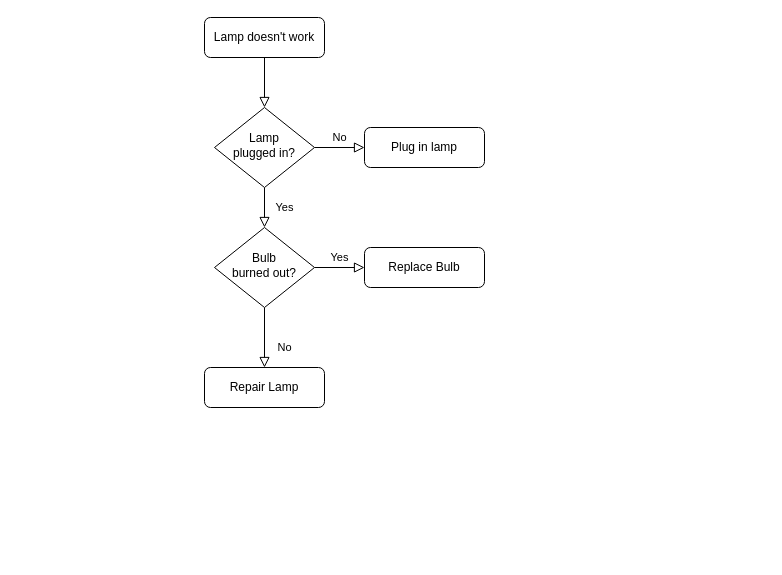
This is TestInformationEditWorkflow.drawio from AmolSJawalkar/DrawIO, a draw.io file, before an edit. Source tidied: cells renumbered, new cells numbered last; positions are measured from the earlier drawing's top-left corner, leaving out a move shared by most shapes. Both pictures are drawn from the tidied source at 100%, with x=0, y=0 at pixel (204, 17).
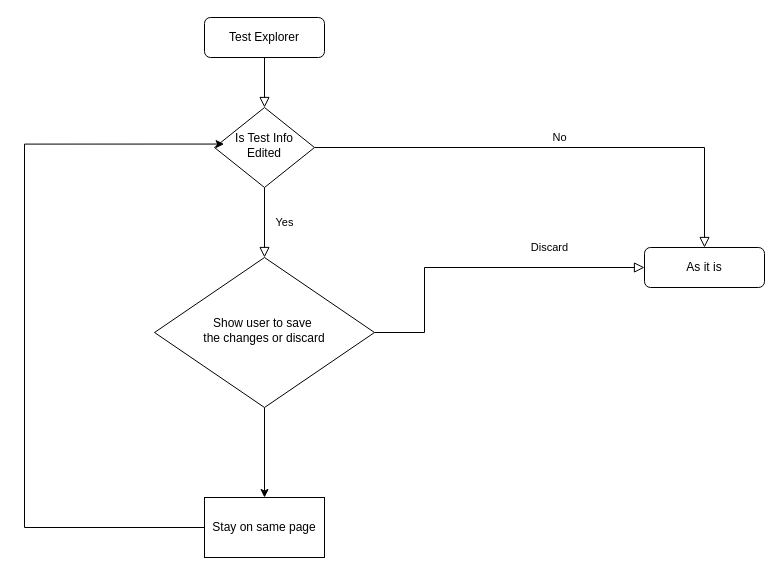
After the change.

The edit, as a diff of the source:
```diff
@@
 <mxGraphModel>
   <root>
     <mxCell id="0" />
     <mxCell id="1" parent="0" />
     <mxCell id="2" style="rounded=0;html=1;jettySize=auto;fontSize=11;endArrow=block;endFill=0;endSize=8;strokeWidth=1;shadow=0;labelBackgroundColor=none;edgeStyle=orthogonalEdgeStyle;" parent="1" edge="1" source="3" target="6">
       <mxGeometry relative="1" as="geometry" />
     </mxCell>
-    <mxCell id="3" value="Lamp doesn't work" style="rounded=1;whiteSpace=wrap;html=1;fontSize=12;glass=0;strokeWidth=1;shadow=0;" parent="1" vertex="1">
+    <mxCell id="3" value="Test Explorer" style="rounded=1;whiteSpace=wrap;html=1;fontSize=12;glass=0;strokeWidth=1;shadow=0;" parent="1" vertex="1">
       <mxGeometry width="120" height="40" as="geometry" />
     </mxCell>
     <mxCell id="4" value="Yes" style="rounded=0;html=1;jettySize=auto;fontSize=11;endArrow=block;endFill=0;endSize=8;strokeWidth=1;shadow=0;labelBackgroundColor=none;edgeStyle=orthogonalEdgeStyle;" parent="1" edge="1" source="6" target="10">
       <mxGeometry y="20" relative="1" as="geometry" />
     </mxCell>
     <mxCell id="5" value="No" style="edgeStyle=orthogonalEdgeStyle;rounded=0;html=1;jettySize=auto;fontSize=11;endArrow=block;endFill=0;endSize=8;strokeWidth=1;shadow=0;labelBackgroundColor=none;" parent="1" edge="1" source="6" target="7">
       <mxGeometry y="10" relative="1" as="geometry" />
     </mxCell>
-    <mxCell id="6" value="Lamp&lt;br&gt;plugged in?" style="rhombus;whiteSpace=wrap;html=1;shadow=0;fontFamily=Helvetica;fontSize=12;align=center;strokeWidth=1;spacing=6;spacingTop=-4;" parent="1" vertex="1">
+    <mxCell id="6" value="Is Test Info Edited" style="rhombus;whiteSpace=wrap;html=1;shadow=0;fontFamily=Helvetica;fontSize=12;align=center;strokeWidth=1;spacing=6;spacingTop=-4;" parent="1" vertex="1">
       <mxGeometry x="10" y="90" width="100" height="80" as="geometry" />
     </mxCell>
-    <mxCell id="7" value="Plug in lamp" style="rounded=1;whiteSpace=wrap;html=1;fontSize=12;glass=0;strokeWidth=1;shadow=0;" parent="1" vertex="1">
-      <mxGeometry x="160" y="110" width="120" height="40" as="geometry" />
+    <mxCell id="7" value="As it is" style="rounded=1;whiteSpace=wrap;html=1;fontSize=12;glass=0;strokeWidth=1;shadow=0;" parent="1" vertex="1">
+      <mxGeometry x="440" y="230" width="120" height="40" as="geometry" />
     </mxCell>
-    <mxCell id="8" value="No" style="rounded=0;html=1;jettySize=auto;fontSize=11;endArrow=block;endFill=0;endSize=8;strokeWidth=1;shadow=0;labelBackgroundColor=none;edgeStyle=orthogonalEdgeStyle;" parent="1" edge="1" source="10" target="11">
-      <mxGeometry x="0.33" y="20" relative="1" as="geometry" />
-    </mxCell>
-    <mxCell id="9" value="Yes" style="edgeStyle=orthogonalEdgeStyle;rounded=0;html=1;jettySize=auto;fontSize=11;endArrow=block;endFill=0;endSize=8;strokeWidth=1;shadow=0;labelBackgroundColor=none;" parent="1" edge="1" source="10" target="12">
-      <mxGeometry y="10" relative="1" as="geometry" />
+    <mxCell id="9" value="Discard" style="edgeStyle=orthogonalEdgeStyle;rounded=0;html=1;jettySize=auto;fontSize=11;endArrow=block;endFill=0;endSize=8;strokeWidth=1;shadow=0;labelBackgroundColor=none;" parent="1" edge="1" source="10" target="7">
+      <mxGeometry x="0.43" y="20" relative="1" as="geometry">
+        <Array as="points">
+          <mxPoint x="220" y="315" />
+        </Array>
+      </mxGeometry>
     </mxCell>
+    <mxCell id="13" style="edgeStyle=orthogonalEdgeStyle;rounded=0;jettySize=auto;html=1;" parent="1" edge="1" source="10" target="14">
+      <mxGeometry relative="1" as="geometry" />
+    </mxCell>
-    <mxCell id="10" value="Bulb&lt;br&gt;burned out?" style="rhombus;whiteSpace=wrap;html=1;shadow=0;fontFamily=Helvetica;fontSize=12;align=center;strokeWidth=1;spacing=6;spacingTop=-4;" parent="1" vertex="1">
-      <mxGeometry x="10" y="210" width="100" height="80" as="geometry" />
+    <mxCell id="10" value="Show user to save&amp;nbsp;&lt;div&gt;the changes or discard&lt;/div&gt;" style="rhombus;whiteSpace=wrap;html=1;shadow=0;fontFamily=Helvetica;fontSize=12;align=center;strokeWidth=1;spacing=6;spacingTop=-4;" parent="1" vertex="1">
+      <mxGeometry x="-50" y="240" width="220" height="150" as="geometry" />
     </mxCell>
-    <mxCell id="11" value="Repair Lamp" style="rounded=1;whiteSpace=wrap;html=1;fontSize=12;glass=0;strokeWidth=1;shadow=0;" parent="1" vertex="1">
-      <mxGeometry y="350" width="120" height="40" as="geometry" />
-    </mxCell>
-    <mxCell id="12" value="Replace Bulb" style="rounded=1;whiteSpace=wrap;html=1;fontSize=12;glass=0;strokeWidth=1;shadow=0;" parent="1" vertex="1">
-      <mxGeometry x="160" y="230" width="120" height="40" as="geometry" />
-    </mxCell>
+    <mxCell id="14" value="Stay on same page" style="rounded=0;whiteSpace=wrap;html=1;" parent="1" vertex="1">
+      <mxGeometry y="480" width="120" height="60" as="geometry" />
+    </mxCell>
+    <mxCell id="15" style="edgeStyle=orthogonalEdgeStyle;rounded=0;jettySize=auto;html=1;entryX=0.096;entryY=0.457;entryDx=0;entryDy=0;entryPerimeter=0;" parent="1" edge="1" source="14" target="6">
+      <mxGeometry relative="1" as="geometry">
+        <Array as="points">
+          <mxPoint x="-180" y="510" />
+          <mxPoint x="-180" y="127" />
+        </Array>
+      </mxGeometry>
+    </mxCell>
   </root>
 </mxGraphModel>
```
